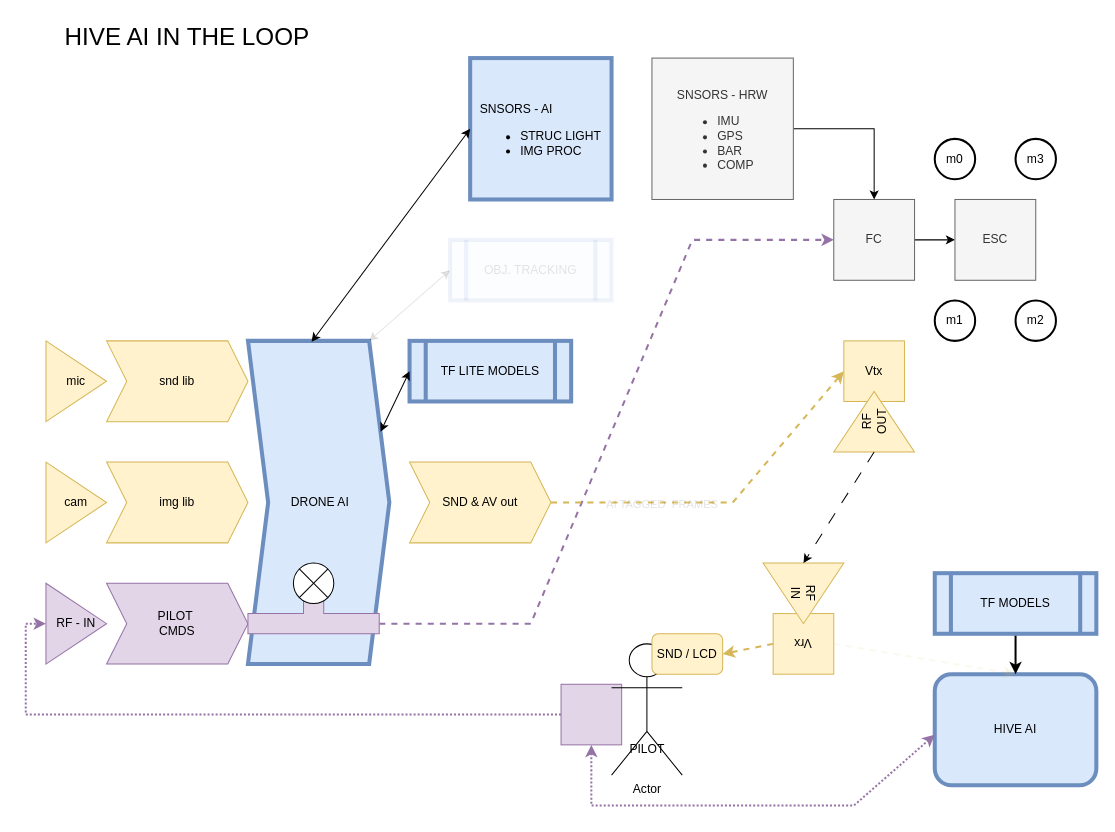
iotech-systems/ai-in-the-loop keeps this draw.io diagram as docs/aiitl-full-pipe-v0.drawio. Above is the earlier version. Source tidied: cells renumbered, new cells numbered last; positions are measured from the earlier drawing's top-left corner, leaving out a move shared by most shapes. Both pictures are drawn from the tidied source at 101%, with x=0, y=0 at pixel (45, 17).
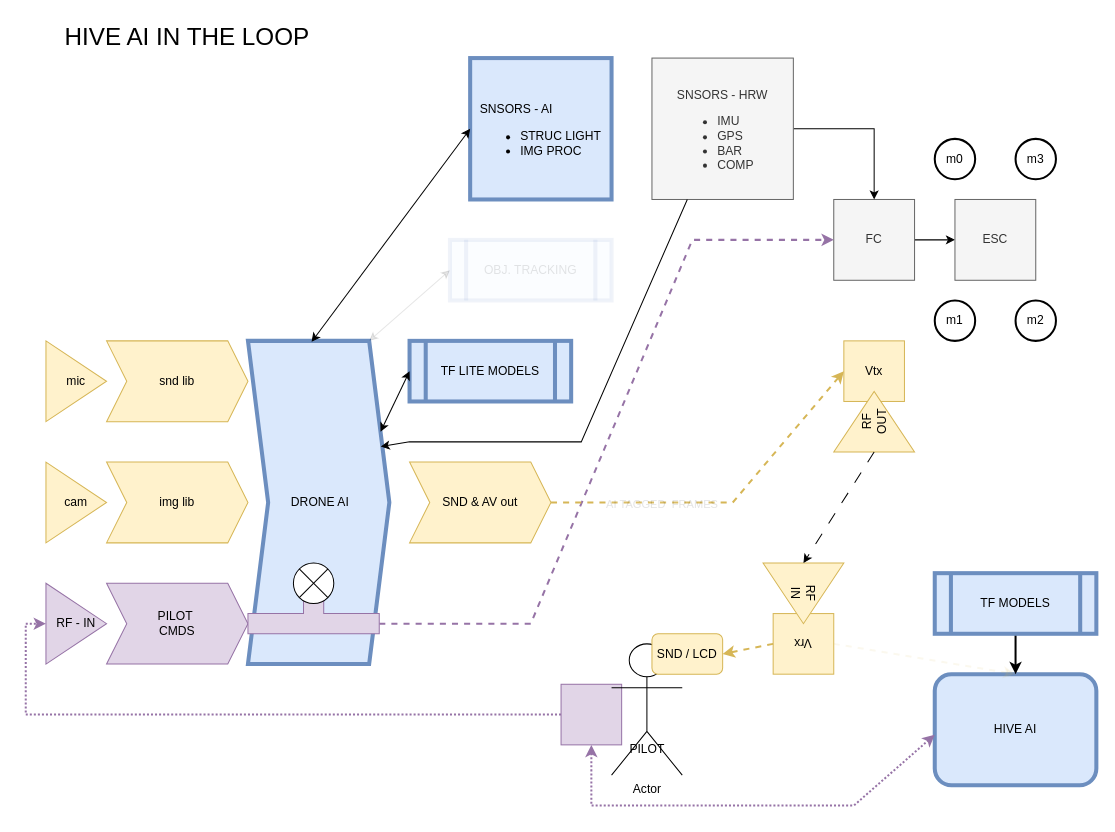
The same diagram, later.

Unchanged cells that the change refers to:
```xml
<mxCell id="14" value="&lt;div align=&quot;left&quot;&gt;&lt;br&gt;&lt;/div&gt;&lt;div align=&quot;left&quot;&gt;&lt;br&gt;&lt;/div&gt;&lt;div align=&quot;left&quot;&gt;&lt;br&gt;&lt;/div&gt;&lt;div align=&quot;left&quot;&gt;SNSORS - HRW&lt;br&gt;&lt;/div&gt;&lt;div align=&quot;left&quot;&gt;&lt;ul&gt;&lt;li&gt;IMU&lt;/li&gt;&lt;li&gt;GPS&lt;/li&gt;&lt;li&gt;BAR&lt;/li&gt;&lt;li&gt;COMP&lt;/li&gt;&lt;/ul&gt;&lt;/div&gt;&lt;div&gt;&lt;br&gt;&lt;/div&gt;&lt;div&gt;&lt;br&gt;&lt;/div&gt;" style="whiteSpace=wrap;html=1;fillColor=#f5f5f5;fontColor=#333333;strokeColor=#666666;" parent="1" vertex="1">
  <mxGeometry x="600" y="40" width="140" height="140" as="geometry" />
</mxCell>
<mxCell id="24" value="&lt;div&gt;&amp;nbsp;DRONE AI&lt;/div&gt;" style="shape=step;perimeter=stepPerimeter;whiteSpace=wrap;html=1;fixedSize=1;fillColor=#dae8fc;strokeColor=#6c8ebf;strokeWidth=4;" parent="23" vertex="1">
  <mxGeometry width="140" height="320" as="geometry" />
</mxCell>
```

What changed in the source:
```diff
@@
+    <mxCell id="50" style="endArrow=classic;html=1;rounded=0;exitX=0.25;exitY=1;exitDx=0;exitDy=0;entryX=0.939;entryY=0.327;entryDx=0;entryDy=0;entryPerimeter=0;" parent="1" edge="1" source="14" target="24">
+      <mxGeometry relative="1" as="geometry">
+        <Array as="points">
+          <mxPoint x="530" y="420" />
+          <mxPoint x="360" y="420" />
+        </Array>
+      </mxGeometry>
+    </mxCell>
```
